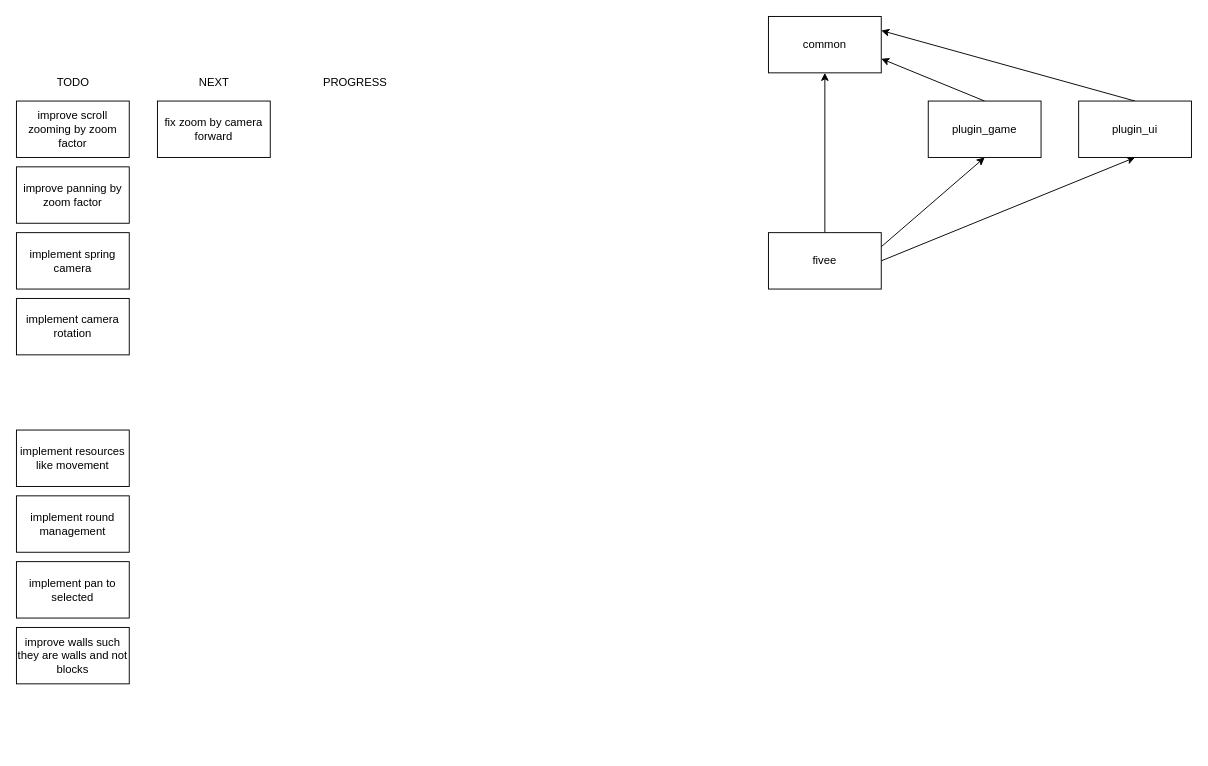
This is .drawio from horup/fivee, a draw.io file, before an edit. Source tidied: cells renumbered, new cells numbered last; positions are measured from the earlier drawing's top-left corner, leaving out a move shared by most shapes. Both pictures are drawn from the tidied source at 94%, with x=0, y=0 at pixel (16, 16).
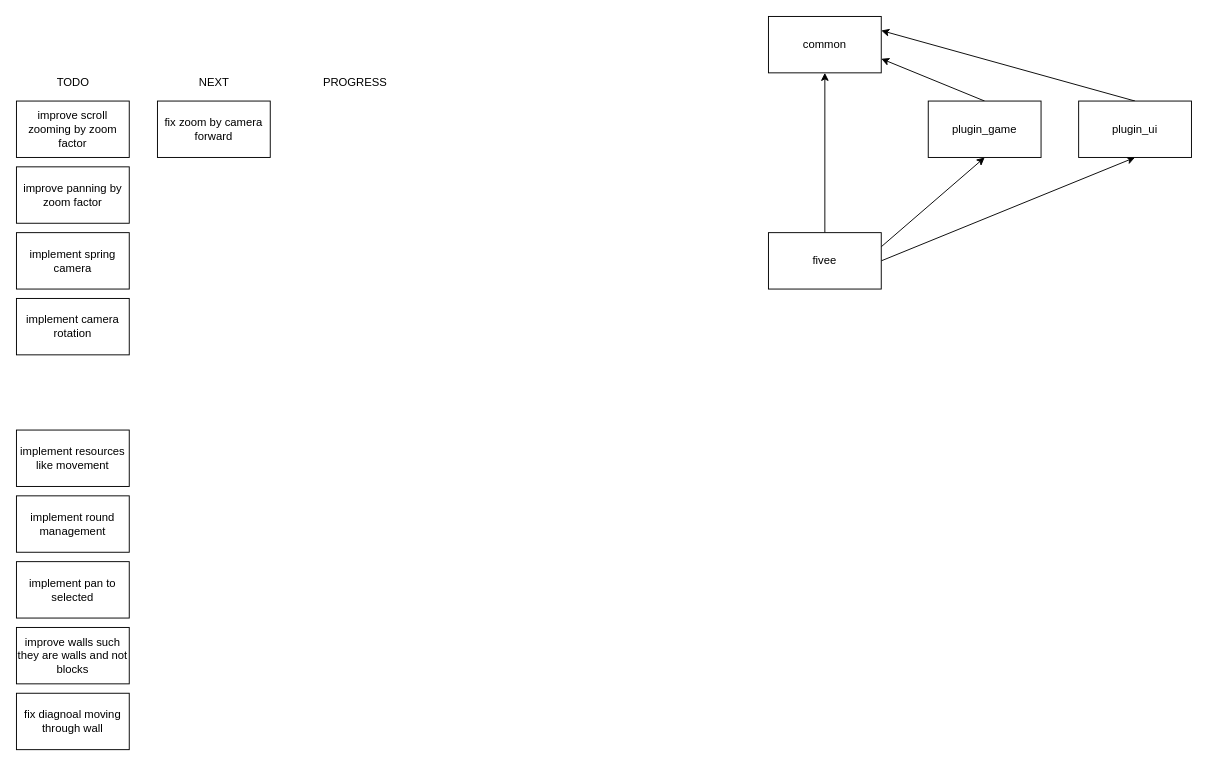
After the change.

The edit, as a diff of the source:
```diff
@@
+    <mxCell id="23" value="fix diagnoal moving through wall" style="rounded=0;whiteSpace=wrap;html=1;" parent="1" vertex="1">
+      <mxGeometry y="720" width="120" height="60" as="geometry" />
+    </mxCell>
```
